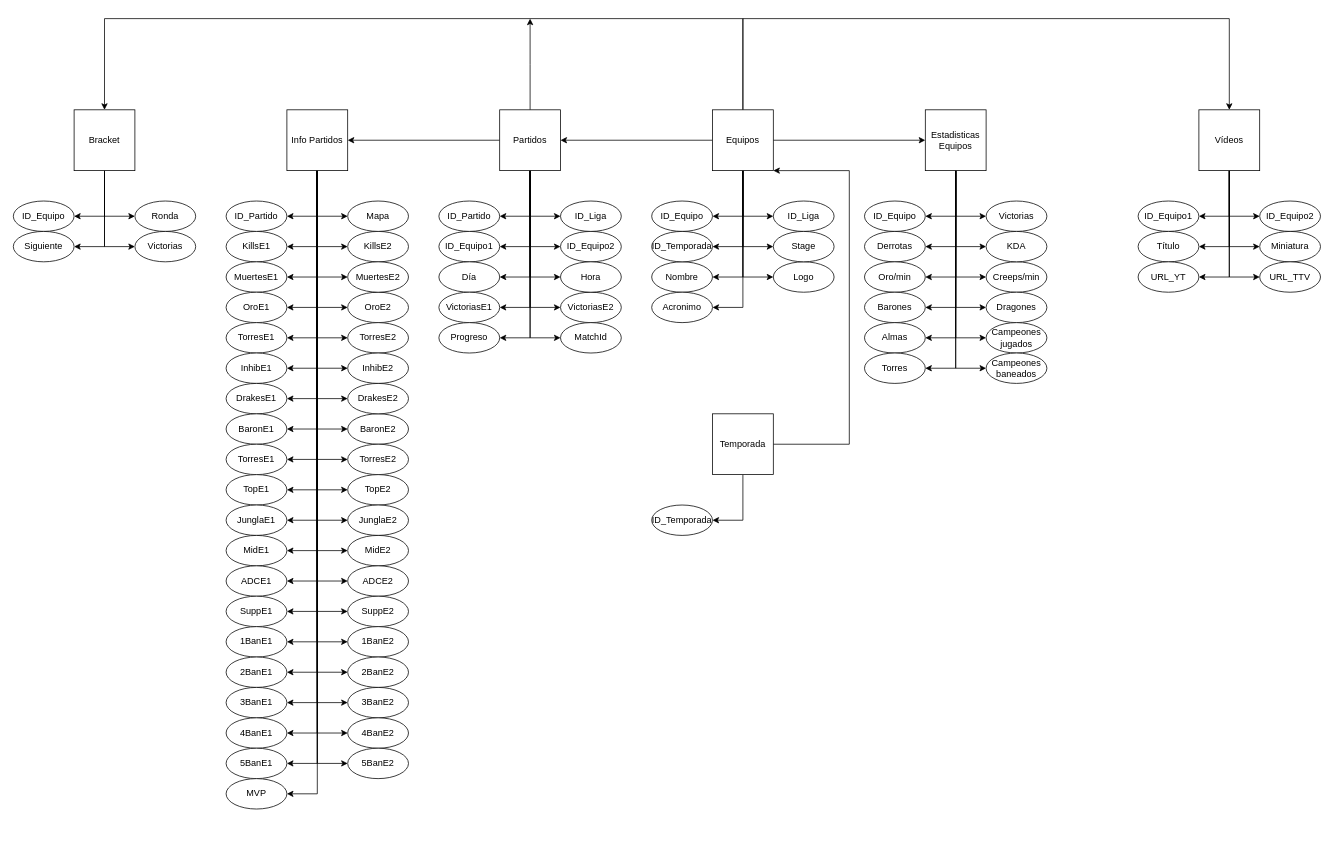
Above: Chaos.drawio in meeeww/chaos_server (draw.io), before the change. Source tidied: cells renumbered, new cells numbered last; positions are measured from the earlier drawing's top-left corner, leaving out a move shared by most shapes. Both pictures are drawn from the tidied source at 76%, with x=0, y=0 at pixel (13, 18).
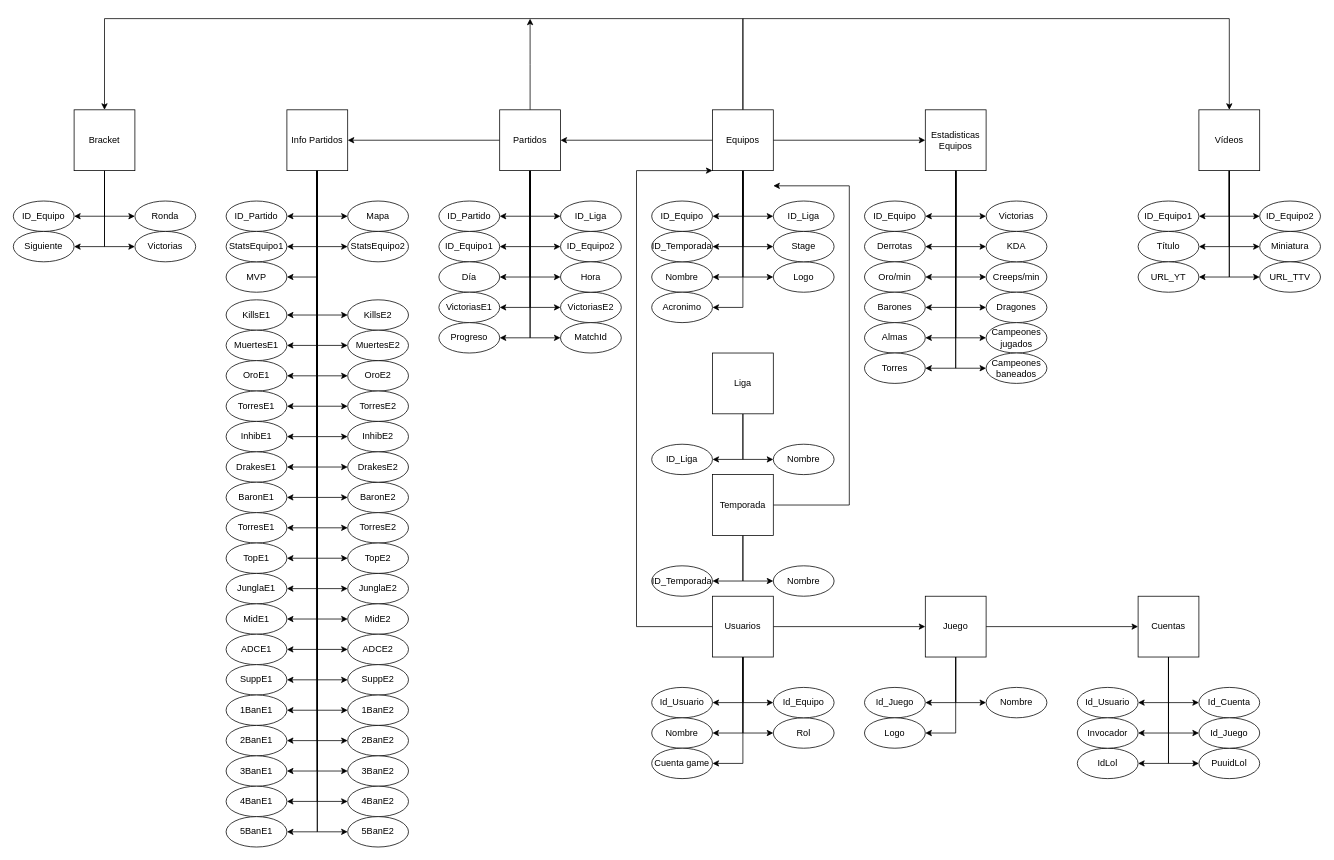
After the change.

The change refers to these unchanged cells:
```xml
<mxCell id="13" value="Equipos" style="whiteSpace=wrap;html=1;" parent="1" vertex="1">
  <mxGeometry x="920" y="120" width="80" height="80" as="geometry" />
</mxCell>
<mxCell id="107" value="Info Partidos" style="whiteSpace=wrap;html=1;" parent="1" vertex="1">
  <mxGeometry x="360" y="120" width="80" height="80" as="geometry" />
</mxCell>
```

What changed in the source:
```diff
@@
+    <mxCell id="174" style="edgeStyle=orthogonalEdgeStyle;rounded=0;jettySize=auto;html=1;entryX=0;entryY=0.5;entryDx=0;entryDy=0;" parent="1" edge="1" source="107" target="177">
+      <mxGeometry relative="1" as="geometry" />
+    </mxCell>
+    <mxCell id="175" style="edgeStyle=orthogonalEdgeStyle;rounded=0;jettySize=auto;html=1;entryX=1;entryY=0.5;entryDx=0;entryDy=0;" parent="1" edge="1" source="107" target="178">
+      <mxGeometry relative="1" as="geometry" />
+    </mxCell>
@@
     <mxCell id="108" value="KillsE1" style="ellipse;whiteSpace=wrap;html=1;" parent="1" vertex="1">
-      <mxGeometry x="280" y="280" width="80" height="40" as="geometry" />
+      <mxGeometry x="280" y="370" width="80" height="40" as="geometry" />
     </mxCell>
     <mxCell id="109" value="KillsE2" style="ellipse;whiteSpace=wrap;html=1;" parent="1" vertex="1">
-      <mxGeometry x="440" y="280" width="80" height="40" as="geometry" />
+      <mxGeometry x="440" y="370" width="80" height="40" as="geometry" />
     </mxCell>
     <mxCell id="110" value="MuertesE1" style="ellipse;whiteSpace=wrap;html=1;" parent="1" vertex="1">
-      <mxGeometry x="280" y="320" width="80" height="40" as="geometry" />
+      <mxGeometry x="280" y="410" width="80" height="40" as="geometry" />
     </mxCell>
     <mxCell id="111" value="OroE2" style="ellipse;whiteSpace=wrap;html=1;" parent="1" vertex="1">
-      <mxGeometry x="440" y="360" width="80" height="40" as="geometry" />
+      <mxGeometry x="440" y="450" width="80" height="40" as="geometry" />
     </mxCell>
     <mxCell id="112" value="OroE1" style="ellipse;whiteSpace=wrap;html=1;" parent="1" vertex="1">
-      <mxGeometry x="280" y="360" width="80" height="40" as="geometry" />
+      <mxGeometry x="280" y="450" width="80" height="40" as="geometry" />
     </mxCell>
     <mxCell id="113" value="MuertesE2" style="ellipse;whiteSpace=wrap;html=1;" parent="1" vertex="1">
-      <mxGeometry x="440" y="320" width="80" height="40" as="geometry" />
+      <mxGeometry x="440" y="410" width="80" height="40" as="geometry" />
     </mxCell>
     <mxCell id="114" value="TorresE1" style="ellipse;whiteSpace=wrap;html=1;" parent="1" vertex="1">
-      <mxGeometry x="280" y="400" width="80" height="40" as="geometry" />
+      <mxGeometry x="280" y="490" width="80" height="40" as="geometry" />
     </mxCell>
@@
     <mxCell id="117" value="TorresE2" style="ellipse;whiteSpace=wrap;html=1;" parent="1" vertex="1">
-      <mxGeometry x="440" y="400" width="80" height="40" as="geometry" />
+      <mxGeometry x="440" y="490" width="80" height="40" as="geometry" />
     </mxCell>
     <mxCell id="118" value="InhibE1" style="ellipse;whiteSpace=wrap;html=1;" parent="1" vertex="1">
-      <mxGeometry x="280" y="440" width="80" height="40" as="geometry" />
+      <mxGeometry x="280" y="530" width="80" height="40" as="geometry" />
     </mxCell>
     <mxCell id="119" value="InhibE2" style="ellipse;whiteSpace=wrap;html=1;" parent="1" vertex="1">
-      <mxGeometry x="440" y="440" width="80" height="40" as="geometry" />
+      <mxGeometry x="440" y="530" width="80" height="40" as="geometry" />
     </mxCell>
     <mxCell id="120" value="DrakesE1" style="ellipse;whiteSpace=wrap;html=1;" parent="1" vertex="1">
-      <mxGeometry x="280" y="480" width="80" height="40" as="geometry" />
+      <mxGeometry x="280" y="570" width="80" height="40" as="geometry" />
     </mxCell>
     <mxCell id="121" value="BaronE2" style="ellipse;whiteSpace=wrap;html=1;" parent="1" vertex="1">
-      <mxGeometry x="440" y="520" width="80" height="40" as="geometry" />
+      <mxGeometry x="440" y="610" width="80" height="40" as="geometry" />
     </mxCell>
     <mxCell id="122" value="BaronE1" style="ellipse;whiteSpace=wrap;html=1;" parent="1" vertex="1">
-      <mxGeometry x="280" y="520" width="80" height="40" as="geometry" />
+      <mxGeometry x="280" y="610" width="80" height="40" as="geometry" />
     </mxCell>
     <mxCell id="123" value="DrakesE2" style="ellipse;whiteSpace=wrap;html=1;" parent="1" vertex="1">
-      <mxGeometry x="440" y="480" width="80" height="40" as="geometry" />
+      <mxGeometry x="440" y="570" width="80" height="40" as="geometry" />
     </mxCell>
     <mxCell id="124" value="TorresE1" style="ellipse;whiteSpace=wrap;html=1;" parent="1" vertex="1">
-      <mxGeometry x="280" y="560" width="80" height="40" as="geometry" />
+      <mxGeometry x="280" y="650" width="80" height="40" as="geometry" />
     </mxCell>
     <mxCell id="125" value="TorresE2" style="ellipse;whiteSpace=wrap;html=1;" parent="1" vertex="1">
-      <mxGeometry x="440" y="560" width="80" height="40" as="geometry" />
+      <mxGeometry x="440" y="650" width="80" height="40" as="geometry" />
     </mxCell>
     <mxCell id="126" value="TopE1" style="ellipse;whiteSpace=wrap;html=1;" parent="1" vertex="1">
-      <mxGeometry x="280" y="600" width="80" height="40" as="geometry" />
+      <mxGeometry x="280" y="690" width="80" height="40" as="geometry" />
     </mxCell>
     <mxCell id="127" value="JunglaE1" style="ellipse;whiteSpace=wrap;html=1;" parent="1" vertex="1">
-      <mxGeometry x="280" y="640" width="80" height="40" as="geometry" />
+      <mxGeometry x="280" y="730" width="80" height="40" as="geometry" />
     </mxCell>
     <mxCell id="128" value="MidE1" style="ellipse;whiteSpace=wrap;html=1;" parent="1" vertex="1">
-      <mxGeometry x="280" y="680" width="80" height="40" as="geometry" />
+      <mxGeometry x="280" y="770" width="80" height="40" as="geometry" />
     </mxCell>
     <mxCell id="129" value="ADCE1" style="ellipse;whiteSpace=wrap;html=1;" parent="1" vertex="1">
-      <mxGeometry x="280" y="720" width="80" height="40" as="geometry" />
+      <mxGeometry x="280" y="810" width="80" height="40" as="geometry" />
     </mxCell>
     <mxCell id="130" value="SuppE1" style="ellipse;whiteSpace=wrap;html=1;" parent="1" vertex="1">
-      <mxGeometry x="280" y="760" width="80" height="40" as="geometry" />
+      <mxGeometry x="280" y="850" width="80" height="40" as="geometry" />
     </mxCell>
     <mxCell id="131" value="1BanE1" style="ellipse;whiteSpace=wrap;html=1;" parent="1" vertex="1">
-      <mxGeometry x="280" y="800" width="80" height="40" as="geometry" />
+      <mxGeometry x="280" y="890" width="80" height="40" as="geometry" />
     </mxCell>
     <mxCell id="132" value="2BanE1" style="ellipse;whiteSpace=wrap;html=1;" parent="1" vertex="1">
-      <mxGeometry x="280" y="840" width="80" height="40" as="geometry" />
+      <mxGeometry x="280" y="930" width="80" height="40" as="geometry" />
     </mxCell>
     <mxCell id="133" value="3BanE1" style="ellipse;whiteSpace=wrap;html=1;" parent="1" vertex="1">
-      <mxGeometry x="280" y="880" width="80" height="40" as="geometry" />
+      <mxGeometry x="280" y="970" width="80" height="40" as="geometry" />
     </mxCell>
     <mxCell id="134" value="4BanE1" style="ellipse;whiteSpace=wrap;html=1;" parent="1" vertex="1">
-      <mxGeometry x="280" y="920" width="80" height="40" as="geometry" />
+      <mxGeometry x="280" y="1010" width="80" height="40" as="geometry" />
     </mxCell>
     <mxCell id="135" value="5BanE1" style="ellipse;whiteSpace=wrap;html=1;" parent="1" vertex="1">
-      <mxGeometry x="280" y="960" width="80" height="40" as="geometry" />
+      <mxGeometry x="280" y="1050" width="80" height="40" as="geometry" />
     </mxCell>
     <mxCell id="136" value="TopE2" style="ellipse;whiteSpace=wrap;html=1;" parent="1" vertex="1">
-      <mxGeometry x="440" y="600" width="80" height="40" as="geometry" />
+      <mxGeometry x="440" y="690" width="80" height="40" as="geometry" />
     </mxCell>
     <mxCell id="137" value="JunglaE2" style="ellipse;whiteSpace=wrap;html=1;" parent="1" vertex="1">
-      <mxGeometry x="440" y="640" width="80" height="40" as="geometry" />
+      <mxGeometry x="440" y="730" width="80" height="40" as="geometry" />
     </mxCell>
     <mxCell id="138" value="MidE2" style="ellipse;whiteSpace=wrap;html=1;" parent="1" vertex="1">
-      <mxGeometry x="440" y="680" width="80" height="40" as="geometry" />
+      <mxGeometry x="440" y="770" width="80" height="40" as="geometry" />
     </mxCell>
     <mxCell id="139" value="ADCE2" style="ellipse;whiteSpace=wrap;html=1;" parent="1" vertex="1">
-      <mxGeometry x="440" y="720" width="80" height="40" as="geometry" />
+      <mxGeometry x="440" y="810" width="80" height="40" as="geometry" />
     </mxCell>
     <mxCell id="140" value="SuppE2" style="ellipse;whiteSpace=wrap;html=1;" parent="1" vertex="1">
-      <mxGeometry x="440" y="760" width="80" height="40" as="geometry" />
+      <mxGeometry x="440" y="850" width="80" height="40" as="geometry" />
     </mxCell>
     <mxCell id="141" value="1BanE2" style="ellipse;whiteSpace=wrap;html=1;" parent="1" vertex="1">
-      <mxGeometry x="440" y="800" width="80" height="40" as="geometry" />
+      <mxGeometry x="440" y="890" width="80" height="40" as="geometry" />
     </mxCell>
     <mxCell id="142" value="2BanE2" style="ellipse;whiteSpace=wrap;html=1;" parent="1" vertex="1">
-      <mxGeometry x="440" y="840" width="80" height="40" as="geometry" />
+      <mxGeometry x="440" y="930" width="80" height="40" as="geometry" />
     </mxCell>
     <mxCell id="143" value="3BanE2" style="ellipse;whiteSpace=wrap;html=1;" parent="1" vertex="1">
-      <mxGeometry x="440" y="880" width="80" height="40" as="geometry" />
+      <mxGeometry x="440" y="970" width="80" height="40" as="geometry" />
     </mxCell>
     <mxCell id="144" value="4BanE2" style="ellipse;whiteSpace=wrap;html=1;" parent="1" vertex="1">
-      <mxGeometry x="440" y="920" width="80" height="40" as="geometry" />
+      <mxGeometry x="440" y="1010" width="80" height="40" as="geometry" />
     </mxCell>
     <mxCell id="145" value="5BanE2" style="ellipse;whiteSpace=wrap;html=1;" parent="1" vertex="1">
-      <mxGeometry x="440" y="960" width="80" height="40" as="geometry" />
+      <mxGeometry x="440" y="1050" width="80" height="40" as="geometry" />
     </mxCell>
     <mxCell id="146" value="MVP" style="ellipse;whiteSpace=wrap;html=1;" parent="1" vertex="1">
-      <mxGeometry x="280" y="1000" width="80" height="40" as="geometry" />
+      <mxGeometry x="280" y="320" width="80" height="40" as="geometry" />
     </mxCell>
@@
-    <mxCell id="170" style="edgeStyle=orthogonalEdgeStyle;rounded=0;jettySize=auto;html=1;entryX=1;entryY=1;entryDx=0;entryDy=0;" parent="1" edge="1" source="171" target="13">
+    <mxCell id="170" style="edgeStyle=orthogonalEdgeStyle;rounded=0;orthogonalLoop=1;jettySize=auto;html=1;entryX=1;entryY=1;entryDx=0;entryDy=0;" parent="1" edge="1">
       <mxGeometry relative="1" as="geometry">
+        <mxPoint x="1000" y="640" as="sourcePoint" />
+        <mxPoint x="1000" y="220" as="targetPoint" />
         <Array as="points">
-          <mxPoint x="1100" y="560" />
-          <mxPoint x="1100" y="200" />
+          <mxPoint x="1100" y="640" />
+          <mxPoint x="1100" y="220" />
         </Array>
       </mxGeometry>
     </mxCell>
+    <mxCell id="176" style="edgeStyle=orthogonalEdgeStyle;rounded=0;jettySize=auto;html=1;entryX=0;entryY=0.5;entryDx=0;entryDy=0;" parent="1" edge="1" source="171" target="218">
+      <mxGeometry relative="1" as="geometry" />
+    </mxCell>
     <mxCell id="171" value="Temporada" style="whiteSpace=wrap;html=1;" parent="1" vertex="1">
-      <mxGeometry x="920" y="520" width="80" height="80" as="geometry" />
+      <mxGeometry x="920" y="600" width="80" height="80" as="geometry" />
     </mxCell>
     <mxCell id="172" value="ID_Temporada" style="ellipse;whiteSpace=wrap;html=1;" parent="1" vertex="1">
-      <mxGeometry x="840" y="640" width="80" height="40" as="geometry" />
+      <mxGeometry x="840" y="720" width="80" height="40" as="geometry" />
     </mxCell>
@@
+    <mxCell id="177" value="StatsEquipo2" style="ellipse;whiteSpace=wrap;html=1;" parent="1" vertex="1">
+      <mxGeometry x="440" y="280" width="80" height="40" as="geometry" />
+    </mxCell>
+    <mxCell id="178" value="StatsEquipo1" style="ellipse;whiteSpace=wrap;html=1;" parent="1" vertex="1">
+      <mxGeometry x="280" y="280" width="80" height="40" as="geometry" />
+    </mxCell>
+    <mxCell id="179" style="edgeStyle=orthogonalEdgeStyle;rounded=0;jettySize=auto;html=1;entryX=1;entryY=0.5;entryDx=0;entryDy=0;" parent="1" edge="1" source="186" target="187">
+      <mxGeometry relative="1" as="geometry" />
+    </mxCell>
+    <mxCell id="180" style="edgeStyle=orthogonalEdgeStyle;rounded=0;jettySize=auto;html=1;entryX=0;entryY=0.5;entryDx=0;entryDy=0;" parent="1" edge="1" source="186" target="188">
+      <mxGeometry relative="1" as="geometry" />
+    </mxCell>
+    <mxCell id="181" style="edgeStyle=orthogonalEdgeStyle;rounded=0;jettySize=auto;html=1;entryX=0;entryY=1;entryDx=0;entryDy=0;" parent="1" edge="1" source="186" target="13">
+      <mxGeometry relative="1" as="geometry">
+        <Array as="points">
+          <mxPoint x="820" y="800" />
+          <mxPoint x="820" y="200" />
+        </Array>
+      </mxGeometry>
+    </mxCell>
+    <mxCell id="182" style="edgeStyle=orthogonalEdgeStyle;rounded=0;jettySize=auto;html=1;entryX=1;entryY=0.5;entryDx=0;entryDy=0;" parent="1" edge="1" source="186" target="189">
+      <mxGeometry relative="1" as="geometry" />
+    </mxCell>
+    <mxCell id="183" style="edgeStyle=orthogonalEdgeStyle;rounded=0;jettySize=auto;html=1;entryX=0;entryY=0.5;entryDx=0;entryDy=0;" parent="1" edge="1" source="186" target="190">
+      <mxGeometry relative="1" as="geometry" />
+    </mxCell>
+    <mxCell id="184" style="edgeStyle=orthogonalEdgeStyle;rounded=0;jettySize=auto;html=1;entryX=1;entryY=0.5;entryDx=0;entryDy=0;" parent="1" edge="1" source="186" target="191">
+      <mxGeometry relative="1" as="geometry" />
+    </mxCell>
+    <mxCell id="185" style="edgeStyle=orthogonalEdgeStyle;rounded=0;jettySize=auto;html=1;entryX=0;entryY=0.5;entryDx=0;entryDy=0;" parent="1" edge="1" source="186" target="208">
+      <mxGeometry relative="1" as="geometry" />
+    </mxCell>
+    <mxCell id="186" value="Usuarios" style="whiteSpace=wrap;html=1;" parent="1" vertex="1">
+      <mxGeometry x="920" y="760" width="80" height="80" as="geometry" />
+    </mxCell>
+    <mxCell id="187" value="Id_Usuario" style="ellipse;whiteSpace=wrap;html=1;" parent="1" vertex="1">
+      <mxGeometry x="840" y="880" width="80" height="40" as="geometry" />
+    </mxCell>
+    <mxCell id="188" value="Rol" style="ellipse;whiteSpace=wrap;html=1;" parent="1" vertex="1">
+      <mxGeometry x="1000" y="920" width="80" height="40" as="geometry" />
+    </mxCell>
+    <mxCell id="189" value="Nombre" style="ellipse;whiteSpace=wrap;html=1;" parent="1" vertex="1">
+      <mxGeometry x="840" y="920" width="80" height="40" as="geometry" />
+    </mxCell>
+    <mxCell id="190" value="Id_Equipo" style="ellipse;whiteSpace=wrap;html=1;" parent="1" vertex="1">
+      <mxGeometry x="1000" y="880" width="80" height="40" as="geometry" />
+    </mxCell>
+    <mxCell id="191" value="Cuenta game" style="ellipse;whiteSpace=wrap;html=1;" parent="1" vertex="1">
+      <mxGeometry x="840" y="960" width="80" height="40" as="geometry" />
+    </mxCell>
+    <mxCell id="192" style="edgeStyle=orthogonalEdgeStyle;rounded=0;jettySize=auto;html=1;entryX=1;entryY=0.5;entryDx=0;entryDy=0;" parent="1" edge="1" source="198" target="199">
+      <mxGeometry relative="1" as="geometry" />
+    </mxCell>
+    <mxCell id="193" style="edgeStyle=orthogonalEdgeStyle;rounded=0;jettySize=auto;html=1;entryX=0;entryY=0.5;entryDx=0;entryDy=0;" parent="1" edge="1" source="198" target="202">
+      <mxGeometry relative="1" as="geometry" />
+    </mxCell>
+    <mxCell id="194" style="edgeStyle=orthogonalEdgeStyle;rounded=0;jettySize=auto;html=1;entryX=1;entryY=0.5;entryDx=0;entryDy=0;" parent="1" edge="1" source="198" target="201">
+      <mxGeometry relative="1" as="geometry" />
+    </mxCell>
+    <mxCell id="195" style="edgeStyle=orthogonalEdgeStyle;rounded=0;jettySize=auto;html=1;entryX=0;entryY=0.5;entryDx=0;entryDy=0;" parent="1" edge="1" source="198" target="200">
+      <mxGeometry relative="1" as="geometry" />
+    </mxCell>
+    <mxCell id="196" style="edgeStyle=orthogonalEdgeStyle;rounded=0;jettySize=auto;html=1;entryX=1;entryY=0.5;entryDx=0;entryDy=0;" parent="1" edge="1" source="198" target="203">
+      <mxGeometry relative="1" as="geometry" />
+    </mxCell>
+    <mxCell id="197" style="edgeStyle=orthogonalEdgeStyle;rounded=0;jettySize=auto;html=1;entryX=0;entryY=0.5;entryDx=0;entryDy=0;" parent="1" edge="1" source="198" target="212">
+      <mxGeometry relative="1" as="geometry" />
+    </mxCell>
+    <mxCell id="198" value="Cuentas" style="whiteSpace=wrap;html=1;" parent="1" vertex="1">
+      <mxGeometry x="1480" y="760" width="80" height="80" as="geometry" />
+    </mxCell>
+    <mxCell id="199" value="Id_Usuario" style="ellipse;whiteSpace=wrap;html=1;" parent="1" vertex="1">
+      <mxGeometry x="1400" y="880" width="80" height="40" as="geometry" />
+    </mxCell>
+    <mxCell id="200" value="PuuidLol" style="ellipse;whiteSpace=wrap;html=1;" parent="1" vertex="1">
+      <mxGeometry x="1560" y="960" width="80" height="40" as="geometry" />
+    </mxCell>
+    <mxCell id="201" value="IdLol" style="ellipse;whiteSpace=wrap;html=1;" parent="1" vertex="1">
+      <mxGeometry x="1400" y="960" width="80" height="40" as="geometry" />
+    </mxCell>
+    <mxCell id="202" value="Id_Cuenta" style="ellipse;whiteSpace=wrap;html=1;" parent="1" vertex="1">
+      <mxGeometry x="1560" y="880" width="80" height="40" as="geometry" />
+    </mxCell>
+    <mxCell id="203" value="Invocador" style="ellipse;whiteSpace=wrap;html=1;" parent="1" vertex="1">
+      <mxGeometry x="1400" y="920" width="80" height="40" as="geometry" />
+    </mxCell>
+    <mxCell id="204" style="edgeStyle=orthogonalEdgeStyle;rounded=0;jettySize=auto;html=1;entryX=0;entryY=0.5;entryDx=0;entryDy=0;" parent="1" edge="1" source="208" target="198">
+      <mxGeometry relative="1" as="geometry" />
+    </mxCell>
+    <mxCell id="205" style="edgeStyle=orthogonalEdgeStyle;rounded=0;jettySize=auto;html=1;entryX=1;entryY=0.5;entryDx=0;entryDy=0;" parent="1" edge="1" source="208" target="209">
+      <mxGeometry relative="1" as="geometry" />
+    </mxCell>
+    <mxCell id="206" style="edgeStyle=orthogonalEdgeStyle;rounded=0;jettySize=auto;html=1;entryX=0;entryY=0.5;entryDx=0;entryDy=0;" parent="1" edge="1" source="208" target="210">
+      <mxGeometry relative="1" as="geometry" />
+    </mxCell>
+    <mxCell id="207" style="edgeStyle=orthogonalEdgeStyle;rounded=0;jettySize=auto;html=1;entryX=1;entryY=0.5;entryDx=0;entryDy=0;" parent="1" edge="1" source="208" target="211">
+      <mxGeometry relative="1" as="geometry" />
+    </mxCell>
+    <mxCell id="208" value="Juego" style="whiteSpace=wrap;html=1;" parent="1" vertex="1">
+      <mxGeometry x="1200" y="760" width="80" height="80" as="geometry" />
+    </mxCell>
+    <mxCell id="209" value="Id_Juego" style="ellipse;whiteSpace=wrap;html=1;" parent="1" vertex="1">
+      <mxGeometry x="1120" y="880" width="80" height="40" as="geometry" />
+    </mxCell>
+    <mxCell id="210" value="Nombre" style="ellipse;whiteSpace=wrap;html=1;" parent="1" vertex="1">
+      <mxGeometry x="1280" y="880" width="80" height="40" as="geometry" />
+    </mxCell>
+    <mxCell id="211" value="Logo" style="ellipse;whiteSpace=wrap;html=1;" parent="1" vertex="1">
+      <mxGeometry x="1120" y="920" width="80" height="40" as="geometry" />
+    </mxCell>
+    <mxCell id="212" value="Id_Juego" style="ellipse;whiteSpace=wrap;html=1;" parent="1" vertex="1">
+      <mxGeometry x="1560" y="920" width="80" height="40" as="geometry" />
+    </mxCell>
+    <mxCell id="213" style="edgeStyle=orthogonalEdgeStyle;rounded=0;jettySize=auto;html=1;entryX=1;entryY=0.5;entryDx=0;entryDy=0;" parent="1" edge="1" source="215" target="216">
+      <mxGeometry relative="1" as="geometry" />
+    </mxCell>
+    <mxCell id="214" style="edgeStyle=orthogonalEdgeStyle;rounded=0;jettySize=auto;html=1;entryX=0;entryY=0.5;entryDx=0;entryDy=0;" parent="1" edge="1" source="215" target="217">
+      <mxGeometry relative="1" as="geometry" />
+    </mxCell>
+    <mxCell id="215" value="Liga" style="whiteSpace=wrap;html=1;" parent="1" vertex="1">
+      <mxGeometry x="920" y="440" width="80" height="80" as="geometry" />
+    </mxCell>
+    <mxCell id="216" value="ID_Liga" style="ellipse;whiteSpace=wrap;html=1;" parent="1" vertex="1">
+      <mxGeometry x="840" y="560" width="80" height="40" as="geometry" />
+    </mxCell>
+    <mxCell id="217" value="Nombre" style="ellipse;whiteSpace=wrap;html=1;" parent="1" vertex="1">
+      <mxGeometry x="1000" y="560" width="80" height="40" as="geometry" />
+    </mxCell>
+    <mxCell id="218" value="Nombre" style="ellipse;whiteSpace=wrap;html=1;" parent="1" vertex="1">
+      <mxGeometry x="1000" y="720" width="80" height="40" as="geometry" />
+    </mxCell>
```
